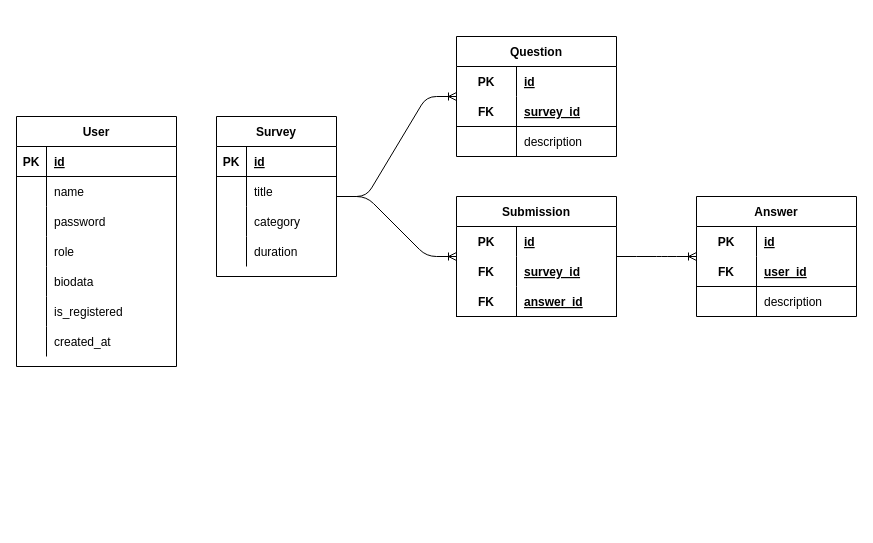
ariefrahmanna/omaapinions keeps this draw.io diagram as page "ER Diagram" (2 of 2) of omaapinions.drawio. Above is the earlier version. Source tidied: cells renumbered, new cells numbered last; positions are measured from the earlier drawing's top-left corner, leaving out a move shared by most shapes. Both pictures are drawn from the tidied source at 100%, with x=0, y=0 at pixel (16, 36).
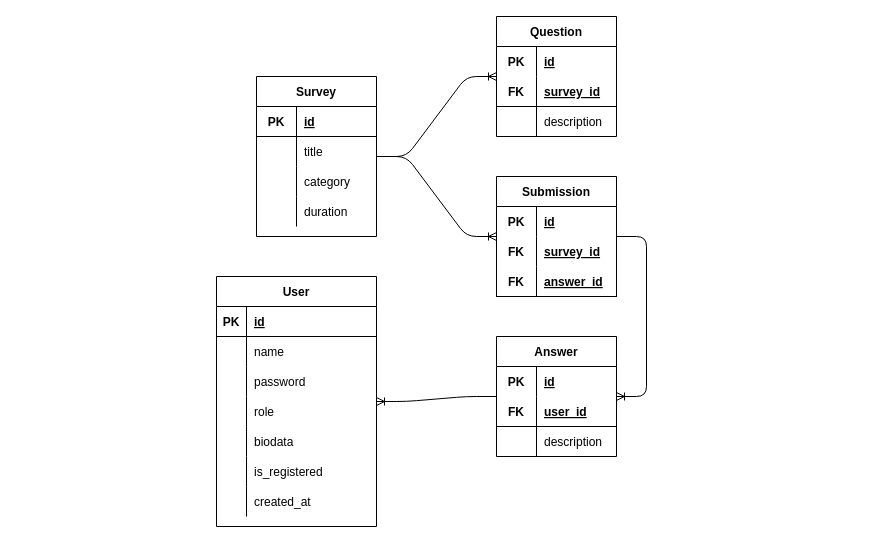
Above is the later version.

Unchanged cells that the change refers to:
```xml
<mxCell id="26" style="shape=tableRow;horizontal=0;startSize=0;swimlaneHead=0;swimlaneBody=0;fillColor=none;top=0;left=0;right=0;bottom=1;" parent="25" vertex="1">
  <mxGeometry y="30" width="120" height="30" as="geometry" />
</mxCell>
<mxCell id="29" style="shape=tableRow;horizontal=0;startSize=0;swimlaneHead=0;swimlaneBody=0;fillColor=none;top=0;left=0;right=0;bottom=0;" parent="25" vertex="1">
  <mxGeometry y="60" width="120" height="30" as="geometry" />
</mxCell>
<mxCell id="32" style="shape=tableRow;horizontal=0;startSize=0;swimlaneHead=0;swimlaneBody=0;fillColor=none;top=0;left=0;right=0;bottom=0;" parent="25" vertex="1">
  <mxGeometry y="90" width="120" height="30" as="geometry" />
</mxCell>
<mxCell id="35" style="shape=tableRow;horizontal=0;startSize=0;swimlaneHead=0;swimlaneBody=0;fillColor=none;top=0;left=0;right=0;bottom=0;" parent="25" vertex="1">
  <mxGeometry y="120" width="120" height="30" as="geometry" />
</mxCell>
```

What changed in the source:
```diff
@@
     <mxCell id="2" value="User" style="shape=table;startSize=30;childLayout=tableLayout;rowLines=0;fontStyle=1;align=center;" parent="1" vertex="1">
-      <mxGeometry y="80" width="160" height="250" as="geometry" />
+      <mxGeometry x="200" y="240" width="160" height="250" as="geometry" />
     </mxCell>
@@
-    <mxCell id="24" style="shape=tableRow;horizontal=0;startSize=0;swimlaneHead=0;swimlaneBody=0;fillColor=none;top=0;left=0;right=0;bottom=0;" parent="1" vertex="1">
-      <mxGeometry x="90" y="270" width="180" height="30" as="geometry" />
-    </mxCell>
     <mxCell id="25" value="Survey" style="shape=table;startSize=30;childLayout=tableLayout;rowLines=0;fontStyle=1;align=center;" parent="1" vertex="1">
-      <mxGeometry x="200" y="80" width="120" height="160" as="geometry" />
+      <mxGeometry x="240" y="40" width="120" height="160" as="geometry" />
     </mxCell>
@@
     <mxCell id="27" value="PK" style="shape=partialRectangle;fillColor=none;top=0;left=0;bottom=0;right=0;fontStyle=1;overflow=hidden;" parent="26" vertex="1">
-      <mxGeometry width="30" height="30" as="geometry" />
+      <mxGeometry width="40" height="30" as="geometry" />
     </mxCell>
     <mxCell id="28" value="id" style="shape=partialRectangle;fillColor=none;top=0;left=0;bottom=0;right=0;align=left;spacingLeft=6;fontStyle=5;overflow=hidden;" parent="26" vertex="1">
-      <mxGeometry x="30" width="90" height="30" as="geometry" />
+      <mxGeometry x="40" width="80" height="30" as="geometry" />
     </mxCell>
@@
     <mxCell id="30" style="shape=partialRectangle;fillColor=none;top=0;left=0;bottom=0;right=0;overflow=hidden;" parent="29" vertex="1">
-      <mxGeometry width="30" height="30" as="geometry" />
+      <mxGeometry width="40" height="30" as="geometry" />
     </mxCell>
     <mxCell id="31" value="title" style="shape=partialRectangle;fillColor=none;top=0;left=0;bottom=0;right=0;align=left;spacingLeft=6;overflow=hidden;" parent="29" vertex="1">
-      <mxGeometry x="30" width="90" height="30" as="geometry" />
+      <mxGeometry x="40" width="80" height="30" as="geometry" />
     </mxCell>
@@
     <mxCell id="33" style="shape=partialRectangle;fillColor=none;top=0;left=0;bottom=0;right=0;overflow=hidden;" parent="32" vertex="1">
-      <mxGeometry width="30" height="30" as="geometry" />
+      <mxGeometry width="40" height="30" as="geometry" />
     </mxCell>
     <mxCell id="34" value="category" style="shape=partialRectangle;fillColor=none;top=0;left=0;bottom=0;right=0;align=left;spacingLeft=6;overflow=hidden;" parent="32" vertex="1">
-      <mxGeometry x="30" width="90" height="30" as="geometry" />
+      <mxGeometry x="40" width="80" height="30" as="geometry" />
     </mxCell>
@@
     <mxCell id="36" style="shape=partialRectangle;fillColor=none;top=0;left=0;bottom=0;right=0;overflow=hidden;" parent="35" vertex="1">
-      <mxGeometry width="30" height="30" as="geometry" />
+      <mxGeometry width="40" height="30" as="geometry" />
     </mxCell>
     <mxCell id="37" value="duration" style="shape=partialRectangle;fillColor=none;top=0;left=0;bottom=0;right=0;align=left;spacingLeft=6;overflow=hidden;" parent="35" vertex="1">
-      <mxGeometry x="30" width="90" height="30" as="geometry" />
+      <mxGeometry x="40" width="80" height="30" as="geometry" />
     </mxCell>
     <mxCell id="38" value="Question" style="shape=table;startSize=30;childLayout=tableLayout;rowLines=0;fontStyle=1;align=center;" parent="1" vertex="1">
-      <mxGeometry x="440" width="160" height="120" as="geometry" />
+      <mxGeometry x="480" y="-20" width="120" height="120" as="geometry" />
     </mxCell>
     <mxCell id="39" style="shape=tableRow;horizontal=0;startSize=0;swimlaneHead=0;swimlaneBody=0;fillColor=none;top=0;left=0;right=0;bottom=0;" parent="38" vertex="1">
-      <mxGeometry y="30" width="160" height="30" as="geometry" />
+      <mxGeometry y="30" width="120" height="30" as="geometry" />
     </mxCell>
     <mxCell id="40" value="PK" style="shape=partialRectangle;fillColor=none;top=0;left=0;bottom=0;right=0;fontStyle=1;overflow=hidden;" parent="39" vertex="1">
-      <mxGeometry width="60" height="30" as="geometry" />
+      <mxGeometry width="40" height="30" as="geometry" />
     </mxCell>
     <mxCell id="41" value="id" style="shape=partialRectangle;fillColor=none;top=0;left=0;bottom=0;right=0;align=left;spacingLeft=6;fontStyle=5;overflow=hidden;" parent="39" vertex="1">
-      <mxGeometry x="60" width="100" height="30" as="geometry" />
+      <mxGeometry x="40" width="80" height="30" as="geometry" />
     </mxCell>
     <mxCell id="42" style="shape=tableRow;horizontal=0;startSize=0;swimlaneHead=0;swimlaneBody=0;fillColor=none;top=0;left=0;right=0;bottom=1;" parent="38" vertex="1">
-      <mxGeometry y="60" width="160" height="30" as="geometry" />
+      <mxGeometry y="60" width="120" height="30" as="geometry" />
     </mxCell>
     <mxCell id="43" value="FK" style="shape=partialRectangle;fillColor=none;top=0;left=0;bottom=0;right=0;fontStyle=1;overflow=hidden;" parent="42" vertex="1">
-      <mxGeometry width="60" height="30" as="geometry" />
+      <mxGeometry width="40" height="30" as="geometry" />
     </mxCell>
     <mxCell id="44" value="survey_id" style="shape=partialRectangle;fillColor=none;top=0;left=0;bottom=0;right=0;align=left;spacingLeft=6;fontStyle=5;overflow=hidden;" parent="42" vertex="1">
-      <mxGeometry x="60" width="100" height="30" as="geometry" />
+      <mxGeometry x="40" width="80" height="30" as="geometry" />
     </mxCell>
     <mxCell id="45" style="shape=tableRow;horizontal=0;startSize=0;swimlaneHead=0;swimlaneBody=0;fillColor=none;top=0;left=0;right=0;bottom=0;" parent="38" vertex="1">
-      <mxGeometry y="90" width="160" height="30" as="geometry" />
+      <mxGeometry y="90" width="120" height="30" as="geometry" />
     </mxCell>
     <mxCell id="46" style="shape=partialRectangle;fillColor=none;top=0;left=0;bottom=0;right=0;overflow=hidden;" parent="45" vertex="1">
-      <mxGeometry width="60" height="30" as="geometry" />
+      <mxGeometry width="40" height="30" as="geometry" />
     </mxCell>
     <mxCell id="47" value="description" style="shape=partialRectangle;fillColor=none;top=0;left=0;bottom=0;right=0;align=left;spacingLeft=6;overflow=hidden;" parent="45" vertex="1">
-      <mxGeometry x="60" width="100" height="30" as="geometry" />
+      <mxGeometry x="40" width="80" height="30" as="geometry" />
     </mxCell>
     <mxCell id="48" value="Submission" style="shape=table;startSize=30;childLayout=tableLayout;rowLines=0;fontStyle=1;align=center;" parent="1" vertex="1">
-      <mxGeometry x="440" y="160" width="160" height="120" as="geometry" />
+      <mxGeometry x="480" y="140" width="120" height="120" as="geometry" />
     </mxCell>
     <mxCell id="49" style="shape=tableRow;horizontal=0;startSize=0;swimlaneHead=0;swimlaneBody=0;fillColor=none;top=0;left=0;right=0;bottom=0;" parent="48" vertex="1">
-      <mxGeometry y="30" width="160" height="30" as="geometry" />
+      <mxGeometry y="30" width="120" height="30" as="geometry" />
     </mxCell>
     <mxCell id="50" value="PK" style="shape=partialRectangle;fillColor=none;top=0;left=0;bottom=0;right=0;fontStyle=1;overflow=hidden;" parent="49" vertex="1">
-      <mxGeometry width="60" height="30" as="geometry" />
+      <mxGeometry width="40" height="30" as="geometry" />
     </mxCell>
     <mxCell id="51" value="id" style="shape=partialRectangle;fillColor=none;top=0;left=0;bottom=0;right=0;align=left;spacingLeft=6;fontStyle=5;overflow=hidden;" parent="49" vertex="1">
-      <mxGeometry x="60" width="100" height="30" as="geometry" />
+      <mxGeometry x="40" width="80" height="30" as="geometry" />
     </mxCell>
     <mxCell id="52" style="shape=tableRow;horizontal=0;startSize=0;swimlaneHead=0;swimlaneBody=0;fillColor=none;top=0;left=0;right=0;bottom=0;" parent="48" vertex="1">
-      <mxGeometry y="60" width="160" height="30" as="geometry" />
+      <mxGeometry y="60" width="120" height="30" as="geometry" />
     </mxCell>
     <mxCell id="53" value="FK" style="shape=partialRectangle;fillColor=none;top=0;left=0;bottom=0;right=0;fontStyle=1;overflow=hidden;" parent="52" vertex="1">
-      <mxGeometry width="60" height="30" as="geometry" />
+      <mxGeometry width="40" height="30" as="geometry" />
     </mxCell>
     <mxCell id="54" value="survey_id" style="shape=partialRectangle;fillColor=none;top=0;left=0;bottom=0;right=0;align=left;spacingLeft=6;fontStyle=5;overflow=hidden;" parent="52" vertex="1">
-      <mxGeometry x="60" width="100" height="30" as="geometry" />
+      <mxGeometry x="40" width="80" height="30" as="geometry" />
     </mxCell>
     <mxCell id="55" style="shape=tableRow;horizontal=0;startSize=0;swimlaneHead=0;swimlaneBody=0;fillColor=none;top=0;left=0;right=0;bottom=1;" parent="48" vertex="1">
-      <mxGeometry y="90" width="160" height="30" as="geometry" />
+      <mxGeometry y="90" width="120" height="30" as="geometry" />
     </mxCell>
     <mxCell id="56" value="FK" style="shape=partialRectangle;fillColor=none;top=0;left=0;bottom=0;right=0;fontStyle=1;overflow=hidden;" parent="55" vertex="1">
-      <mxGeometry width="60" height="30" as="geometry" />
+      <mxGeometry width="40" height="30" as="geometry" />
     </mxCell>
     <mxCell id="57" value="answer_id" style="shape=partialRectangle;fillColor=none;top=0;left=0;bottom=0;right=0;align=left;spacingLeft=6;fontStyle=5;overflow=hidden;" parent="55" vertex="1">
-      <mxGeometry x="60" width="100" height="30" as="geometry" />
+      <mxGeometry x="40" width="80" height="30" as="geometry" />
     </mxCell>
     <mxCell id="58" value="Answer" style="shape=table;startSize=30;childLayout=tableLayout;rowLines=0;fontStyle=1;align=center;" parent="1" vertex="1">
-      <mxGeometry x="680" y="160" width="160" height="120" as="geometry" />
+      <mxGeometry x="480" y="300" width="120" height="120" as="geometry" />
     </mxCell>
     <mxCell id="59" style="shape=tableRow;horizontal=0;startSize=0;swimlaneHead=0;swimlaneBody=0;fillColor=none;top=0;left=0;right=0;bottom=0;" parent="58" vertex="1">
-      <mxGeometry y="30" width="160" height="30" as="geometry" />
+      <mxGeometry y="30" width="120" height="30" as="geometry" />
     </mxCell>
     <mxCell id="60" value="PK" style="shape=partialRectangle;fillColor=none;top=0;left=0;bottom=0;right=0;fontStyle=1;overflow=hidden;" parent="59" vertex="1">
-      <mxGeometry width="60" height="30" as="geometry" />
+      <mxGeometry width="40" height="30" as="geometry" />
     </mxCell>
     <mxCell id="61" value="id" style="shape=partialRectangle;fillColor=none;top=0;left=0;bottom=0;right=0;align=left;spacingLeft=6;fontStyle=5;overflow=hidden;" parent="59" vertex="1">
-      <mxGeometry x="60" width="100" height="30" as="geometry" />
+      <mxGeometry x="40" width="80" height="30" as="geometry" />
     </mxCell>
     <mxCell id="62" style="shape=tableRow;horizontal=0;startSize=0;swimlaneHead=0;swimlaneBody=0;fillColor=none;top=0;left=0;right=0;bottom=1;" parent="58" vertex="1">
-      <mxGeometry y="60" width="160" height="30" as="geometry" />
+      <mxGeometry y="60" width="120" height="30" as="geometry" />
     </mxCell>
     <mxCell id="63" value="FK" style="shape=partialRectangle;fillColor=none;top=0;left=0;bottom=0;right=0;fontStyle=1;overflow=hidden;" parent="62" vertex="1">
-      <mxGeometry width="60" height="30" as="geometry" />
+      <mxGeometry width="40" height="30" as="geometry" />
     </mxCell>
     <mxCell id="64" value="user_id" style="shape=partialRectangle;fillColor=none;top=0;left=0;bottom=0;right=0;align=left;spacingLeft=6;fontStyle=5;overflow=hidden;" parent="62" vertex="1">
-      <mxGeometry x="60" width="100" height="30" as="geometry" />
+      <mxGeometry x="40" width="80" height="30" as="geometry" />
     </mxCell>
     <mxCell id="65" style="shape=tableRow;horizontal=0;startSize=0;swimlaneHead=0;swimlaneBody=0;fillColor=none;top=0;left=0;right=0;bottom=0;" parent="58" vertex="1">
-      <mxGeometry y="90" width="160" height="30" as="geometry" />
+      <mxGeometry y="90" width="120" height="30" as="geometry" />
     </mxCell>
     <mxCell id="66" style="shape=partialRectangle;fillColor=none;top=0;left=0;bottom=0;right=0;overflow=hidden;" parent="65" vertex="1">
-      <mxGeometry width="60" height="30" as="geometry" />
+      <mxGeometry width="40" height="30" as="geometry" />
     </mxCell>
     <mxCell id="67" value="description" style="shape=partialRectangle;fillColor=none;top=0;left=0;bottom=0;right=0;align=left;spacingLeft=6;overflow=hidden;" parent="65" vertex="1">
-      <mxGeometry x="60" width="100" height="30" as="geometry" />
+      <mxGeometry x="40" width="80" height="30" as="geometry" />
     </mxCell>
@@
+    <mxCell id="71" style="edgeStyle=entityRelationEdgeStyle;fontSize=12;html=1;endArrow=ERoneToMany;" parent="1" edge="1" source="58" target="2">
+      <mxGeometry relative="1" as="geometry" />
+    </mxCell>
```
